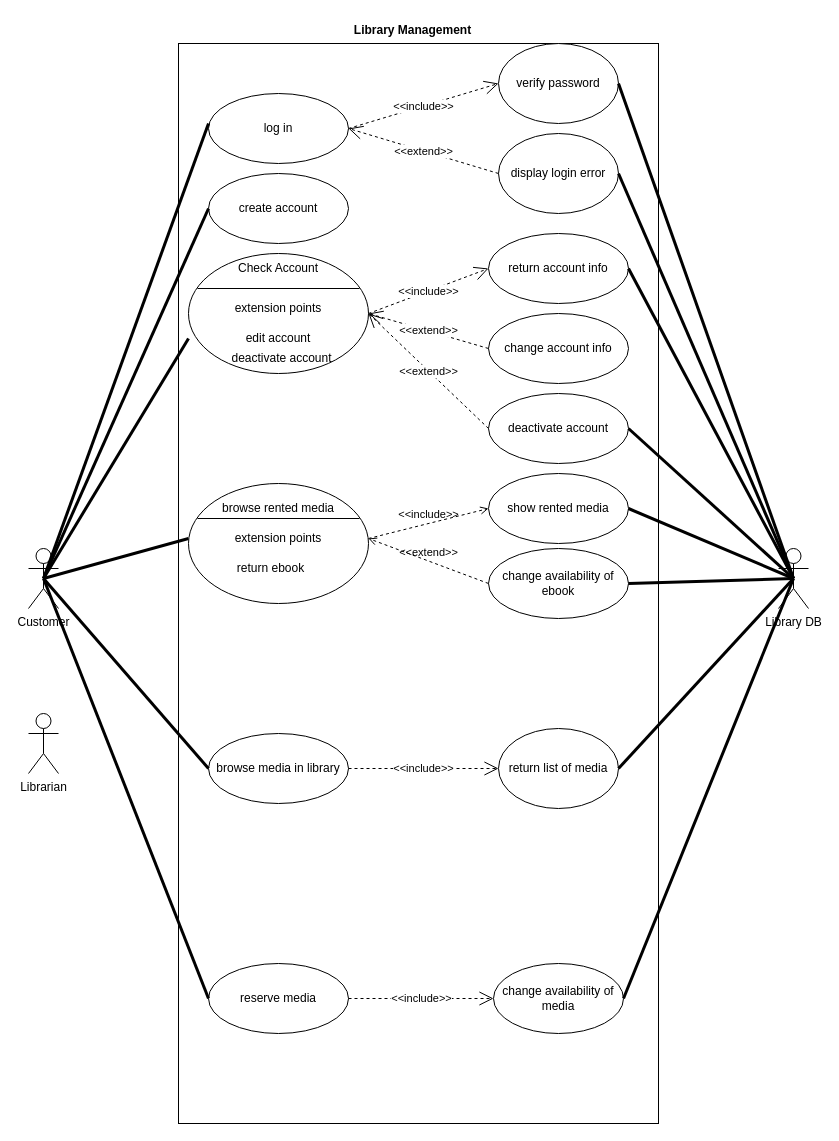
Above: diagrams/usecase_library.drawio in sraosha47/m226 (draw.io), before the change. Source tidied: cells renumbered, new cells numbered last; positions are measured from the earlier drawing's top-left corner, leaving out a move shared by most shapes. Both pictures are drawn from the tidied source at 100%, with x=0, y=0 at pixel (28, 17).
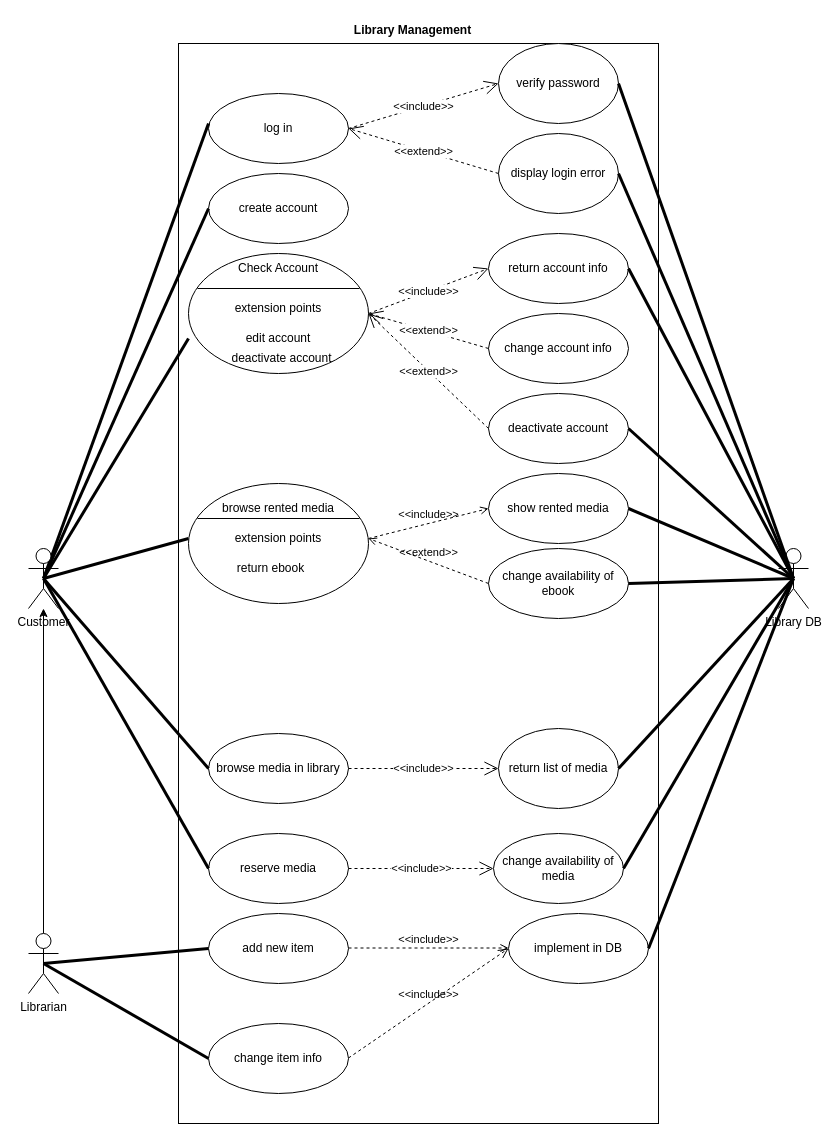
Above is the later version.

Commit message:
Added new use cases for librarian

The change refers to these unchanged cells:
```xml
<mxCell id="5" value="log in" style="ellipse;whiteSpace=wrap;html=1;" parent="1" vertex="1">
  <mxGeometry x="180" y="76" width="140" height="70" as="geometry" />
</mxCell>
<mxCell id="6" value="&lt;div&gt;Library DB&lt;/div&gt;&lt;div&gt;&lt;br&gt;&lt;/div&gt;" style="shape=umlActor;verticalLabelPosition=bottom;verticalAlign=top;html=1;" parent="1" vertex="1">
  <mxGeometry x="750" y="531" width="30" height="60" as="geometry" />
</mxCell>
<mxCell id="7" value="browse media in library" style="ellipse;whiteSpace=wrap;html=1;" parent="1" vertex="1">
  <mxGeometry x="180" y="716" width="140" height="70" as="geometry" />
</mxCell>
<mxCell id="17" value="create account" style="ellipse;whiteSpace=wrap;html=1;" parent="1" vertex="1">
  <mxGeometry x="180" y="156" width="140" height="70" as="geometry" />
</mxCell>
<mxCell id="21" value="edit account" style="text;html=1;align=center;verticalAlign=middle;fillColor=none;strokeColor=none;whiteSpace=wrap;" parent="18" vertex="1">
  <mxGeometry y="70" width="180" height="30" as="geometry" />
</mxCell>
<mxCell id="36" value="extension points" style="text;html=1;align=center;verticalAlign=middle;fillColor=none;strokeColor=none;whiteSpace=wrap;" parent="33" vertex="1">
  <mxGeometry y="40" width="180" height="30" as="geometry" />
</mxCell>
```

Diff of the diagram source:
```diff
@@
-    <mxCell id="3" value="Customer" style="shape=umlActor;verticalLabelPosition=bottom;verticalAlign=top;html=1;" parent="1" vertex="1">
-      <mxGeometry y="531" width="30" height="60" as="geometry" />
-    </mxCell>
@@
     <mxCell id="8" value="reserve media" style="ellipse;whiteSpace=wrap;html=1;" parent="1" vertex="1">
-      <mxGeometry x="180" y="946" width="140" height="70" as="geometry" />
+      <mxGeometry x="180" y="816" width="140" height="70" as="geometry" />
     </mxCell>
@@
     <mxCell id="15" value="change availability of media" style="ellipse;whiteSpace=wrap;html=1;" parent="1" vertex="1">
-      <mxGeometry x="465" y="946" width="130" height="70" as="geometry" />
+      <mxGeometry x="465" y="816" width="130" height="70" as="geometry" />
     </mxCell>
@@
-    <mxCell id="24" style="endArrow=none;startArrow=none;endFill=0;startFill=0;endSize=8;html=1;verticalAlign=bottom;labelBackgroundColor=none;strokeWidth=3;rounded=0;exitX=0.5;exitY=0.5;exitDx=0;exitDy=0;exitPerimeter=0;entryX=0;entryY=0.429;entryDx=0;entryDy=0;entryPerimeter=0;" parent="1" edge="1" source="3" target="5">
-      <mxGeometry relative="1" as="geometry" />
+    <mxCell id="24" style="endArrow=none;startArrow=none;endFill=0;startFill=0;endSize=8;html=1;verticalAlign=bottom;labelBackgroundColor=none;strokeWidth=3;rounded=0;exitX=0.5;exitY=0.5;exitDx=0;exitDy=0;exitPerimeter=0;entryX=0;entryY=0.429;entryDx=0;entryDy=0;entryPerimeter=0;" parent="1" edge="1" target="5">
+      <mxGeometry relative="1" as="geometry">
+        <mxPoint x="15" y="561" as="sourcePoint" />
+      </mxGeometry>
     </mxCell>
-    <mxCell id="25" style="endArrow=none;startArrow=none;endFill=0;startFill=0;endSize=8;html=1;verticalAlign=bottom;labelBackgroundColor=none;strokeWidth=3;rounded=0;exitX=0.5;exitY=0.5;exitDx=0;exitDy=0;exitPerimeter=0;entryX=0;entryY=0.5;entryDx=0;entryDy=0;" parent="1" edge="1" source="3" target="17">
-      <mxGeometry relative="1" as="geometry" />
+    <mxCell id="25" style="endArrow=none;startArrow=none;endFill=0;startFill=0;endSize=8;html=1;verticalAlign=bottom;labelBackgroundColor=none;strokeWidth=3;rounded=0;exitX=0.5;exitY=0.5;exitDx=0;exitDy=0;exitPerimeter=0;entryX=0;entryY=0.5;entryDx=0;entryDy=0;" parent="1" edge="1" target="17">
+      <mxGeometry relative="1" as="geometry">
+        <mxPoint x="15" y="561" as="sourcePoint" />
+      </mxGeometry>
     </mxCell>
-    <mxCell id="26" style="endArrow=none;startArrow=none;endFill=0;startFill=0;endSize=8;html=1;verticalAlign=bottom;labelBackgroundColor=none;strokeWidth=3;rounded=0;exitX=0.5;exitY=0.5;exitDx=0;exitDy=0;exitPerimeter=0;entryX=0;entryY=0.5;entryDx=0;entryDy=0;" parent="1" edge="1" source="3" target="21">
-      <mxGeometry relative="1" as="geometry" />
+    <mxCell id="26" style="endArrow=none;startArrow=none;endFill=0;startFill=0;endSize=8;html=1;verticalAlign=bottom;labelBackgroundColor=none;strokeWidth=3;rounded=0;exitX=0.5;exitY=0.5;exitDx=0;exitDy=0;exitPerimeter=0;entryX=0;entryY=0.5;entryDx=0;entryDy=0;" parent="1" edge="1" target="21">
+      <mxGeometry relative="1" as="geometry">
+        <mxPoint x="15" y="561" as="sourcePoint" />
+      </mxGeometry>
     </mxCell>
-    <mxCell id="27" style="endArrow=none;startArrow=none;endFill=0;startFill=0;endSize=8;html=1;verticalAlign=bottom;labelBackgroundColor=none;strokeWidth=3;rounded=0;exitX=0.5;exitY=0.5;exitDx=0;exitDy=0;exitPerimeter=0;entryX=0;entryY=0.5;entryDx=0;entryDy=0;" parent="1" edge="1" source="3" target="36">
-      <mxGeometry relative="1" as="geometry" />
+    <mxCell id="27" style="endArrow=none;startArrow=none;endFill=0;startFill=0;endSize=8;html=1;verticalAlign=bottom;labelBackgroundColor=none;strokeWidth=3;rounded=0;exitX=0.5;exitY=0.5;exitDx=0;exitDy=0;exitPerimeter=0;entryX=0;entryY=0.5;entryDx=0;entryDy=0;" parent="1" edge="1" target="36">
+      <mxGeometry relative="1" as="geometry">
+        <mxPoint x="15" y="561" as="sourcePoint" />
+      </mxGeometry>
     </mxCell>
-    <mxCell id="28" style="endArrow=none;startArrow=none;endFill=0;startFill=0;endSize=8;html=1;verticalAlign=bottom;labelBackgroundColor=none;strokeWidth=3;rounded=0;exitX=0.5;exitY=0.5;exitDx=0;exitDy=0;exitPerimeter=0;entryX=0;entryY=0.5;entryDx=0;entryDy=0;" parent="1" edge="1" source="3" target="7">
-      <mxGeometry relative="1" as="geometry" />
+    <mxCell id="28" style="endArrow=none;startArrow=none;endFill=0;startFill=0;endSize=8;html=1;verticalAlign=bottom;labelBackgroundColor=none;strokeWidth=3;rounded=0;exitX=0.5;exitY=0.5;exitDx=0;exitDy=0;exitPerimeter=0;entryX=0;entryY=0.5;entryDx=0;entryDy=0;" parent="1" edge="1" target="7">
+      <mxGeometry relative="1" as="geometry">
+        <mxPoint x="15" y="561" as="sourcePoint" />
+      </mxGeometry>
     </mxCell>
-    <mxCell id="29" style="endArrow=none;startArrow=none;endFill=0;startFill=0;endSize=8;html=1;verticalAlign=bottom;labelBackgroundColor=none;strokeWidth=3;rounded=0;exitX=0.5;exitY=0.5;exitDx=0;exitDy=0;exitPerimeter=0;entryX=0;entryY=0.5;entryDx=0;entryDy=0;" parent="1" edge="1" source="3" target="8">
-      <mxGeometry relative="1" as="geometry" />
+    <mxCell id="29" style="endArrow=none;startArrow=none;endFill=0;startFill=0;endSize=8;html=1;verticalAlign=bottom;labelBackgroundColor=none;strokeWidth=3;rounded=0;exitX=0.5;exitY=0.5;exitDx=0;exitDy=0;exitPerimeter=0;entryX=0;entryY=0.5;entryDx=0;entryDy=0;" parent="1" edge="1" target="8">
+      <mxGeometry relative="1" as="geometry">
+        <mxPoint x="15" y="561" as="sourcePoint" />
+      </mxGeometry>
     </mxCell>
@@
+    <mxCell id="56" style="endArrow=classic;html=1;rounded=0;exitX=0.5;exitY=0;exitDx=0;exitDy=0;exitPerimeter=0;" parent="1" edge="1" source="55" target="3">
+      <mxGeometry relative="1" as="geometry" />
+    </mxCell>
+    <mxCell id="3" value="Customer" style="shape=umlActor;verticalLabelPosition=bottom;verticalAlign=top;html=1;" parent="1" vertex="1">
+      <mxGeometry y="531" width="30" height="60" as="geometry" />
+    </mxCell>
-    <mxCell id="55" value="Librarian" style="shape=umlActor;verticalLabelPosition=bottom;verticalAlign=top;html=1;outlineConnect=0;" parent="1" vertex="1">
-      <mxGeometry y="696" width="30" height="60" as="geometry" />
+    <mxCell id="55" value="Librarian" style="shape=umlActor;verticalLabelPosition=bottom;verticalAlign=top;html=1;" parent="1" vertex="1">
+      <mxGeometry y="916" width="30" height="60" as="geometry" />
     </mxCell>
+    <mxCell id="57" value="add new item" style="ellipse;whiteSpace=wrap;html=1;" parent="1" vertex="1">
+      <mxGeometry x="180" y="896" width="140" height="70" as="geometry" />
+    </mxCell>
+    <mxCell id="58" value="change item info" style="ellipse;whiteSpace=wrap;html=1;" parent="1" vertex="1">
+      <mxGeometry x="180" y="1006" width="140" height="70" as="geometry" />
+    </mxCell>
+    <mxCell id="59" value="&amp;lt;&amp;lt;include&amp;gt;&amp;gt;" style="html=1;verticalAlign=bottom;labelBackgroundColor=none;endArrow=open;endFill=0;dashed=1;rounded=0;" parent="1" edge="1">
+      <mxGeometry relative="1" as="geometry">
+        <mxPoint x="320" y="930.5" as="sourcePoint" />
+        <mxPoint x="480" y="930.5" as="targetPoint" />
+      </mxGeometry>
+    </mxCell>
+    <mxCell id="60" value="&amp;lt;&amp;lt;include&amp;gt;&amp;gt;" style="endArrow=open;startArrow=none;endFill=0;startFill=0;endSize=8;html=1;verticalAlign=bottom;dashed=1;labelBackgroundColor=none;rounded=0;entryX=0;entryY=0.5;entryDx=0;entryDy=0;" parent="1" edge="1" target="61">
+      <mxGeometry relative="1" as="geometry">
+        <mxPoint x="320" y="1040.5" as="sourcePoint" />
+      </mxGeometry>
+    </mxCell>
+    <mxCell id="61" value="implement in DB" style="ellipse;whiteSpace=wrap;html=1;" parent="1" vertex="1">
+      <mxGeometry x="480" y="896" width="140" height="70" as="geometry" />
+    </mxCell>
+    <mxCell id="62" style="endArrow=none;startArrow=none;endFill=0;startFill=0;endSize=8;html=1;verticalAlign=bottom;labelBackgroundColor=none;strokeWidth=3;rounded=0;entryX=0.5;entryY=0.5;entryDx=0;entryDy=0;entryPerimeter=0;exitX=1;exitY=0.5;exitDx=0;exitDy=0;" parent="1" edge="1" source="61" target="6">
+      <mxGeometry relative="1" as="geometry" />
+    </mxCell>
+    <mxCell id="63" style="endArrow=none;startArrow=none;endFill=0;startFill=0;endSize=8;html=1;verticalAlign=bottom;labelBackgroundColor=none;strokeWidth=3;rounded=0;exitX=0.5;exitY=0.5;exitDx=0;exitDy=0;exitPerimeter=0;entryX=0;entryY=0.5;entryDx=0;entryDy=0;" parent="1" edge="1" source="55" target="57">
+      <mxGeometry relative="1" as="geometry" />
+    </mxCell>
+    <mxCell id="64" style="endArrow=none;startArrow=none;endFill=0;startFill=0;endSize=8;html=1;verticalAlign=bottom;labelBackgroundColor=none;strokeWidth=3;rounded=0;exitX=0.5;exitY=0.5;exitDx=0;exitDy=0;exitPerimeter=0;entryX=0;entryY=0.5;entryDx=0;entryDy=0;" parent="1" edge="1" source="55" target="58">
+      <mxGeometry relative="1" as="geometry" />
+    </mxCell>
```
